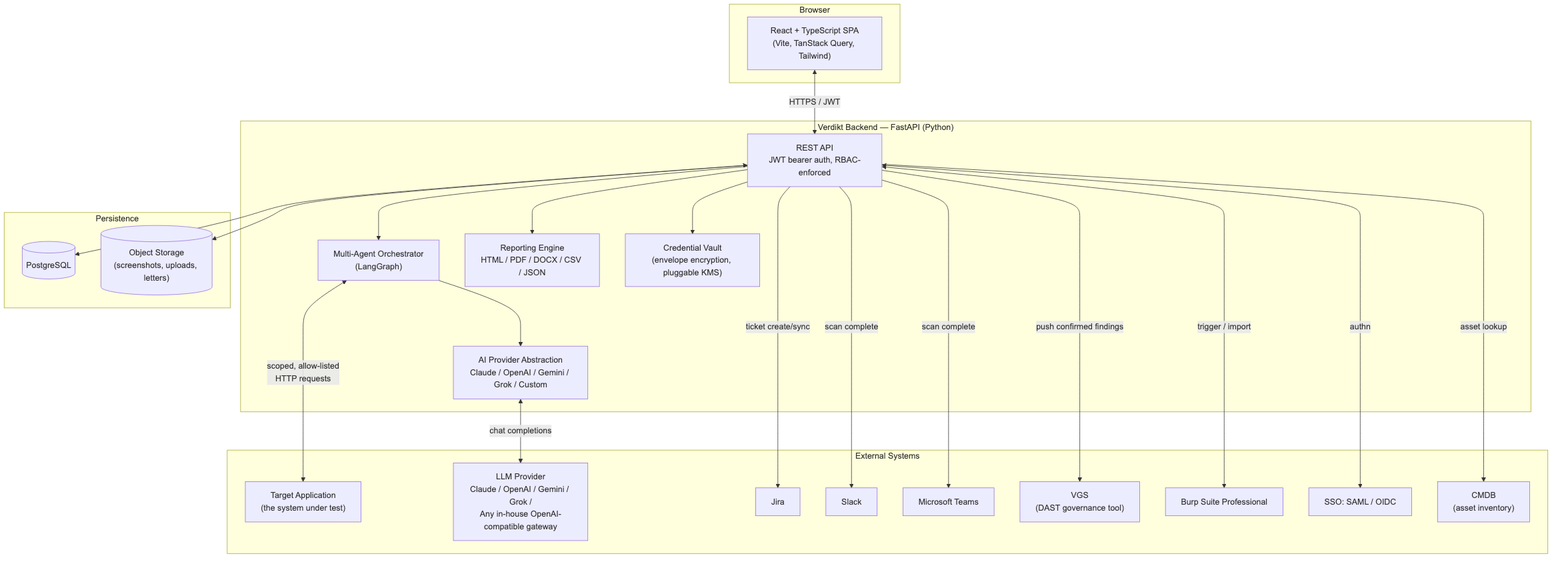
Above: docs/architecture-overview/diagrams/01_system_architecture.png in mudigondabhanu85/verdikt (Mermaid), before the change. Its source is kept beside it as docs/architecture-overview/diagrams/01_system_architecture.mmd.
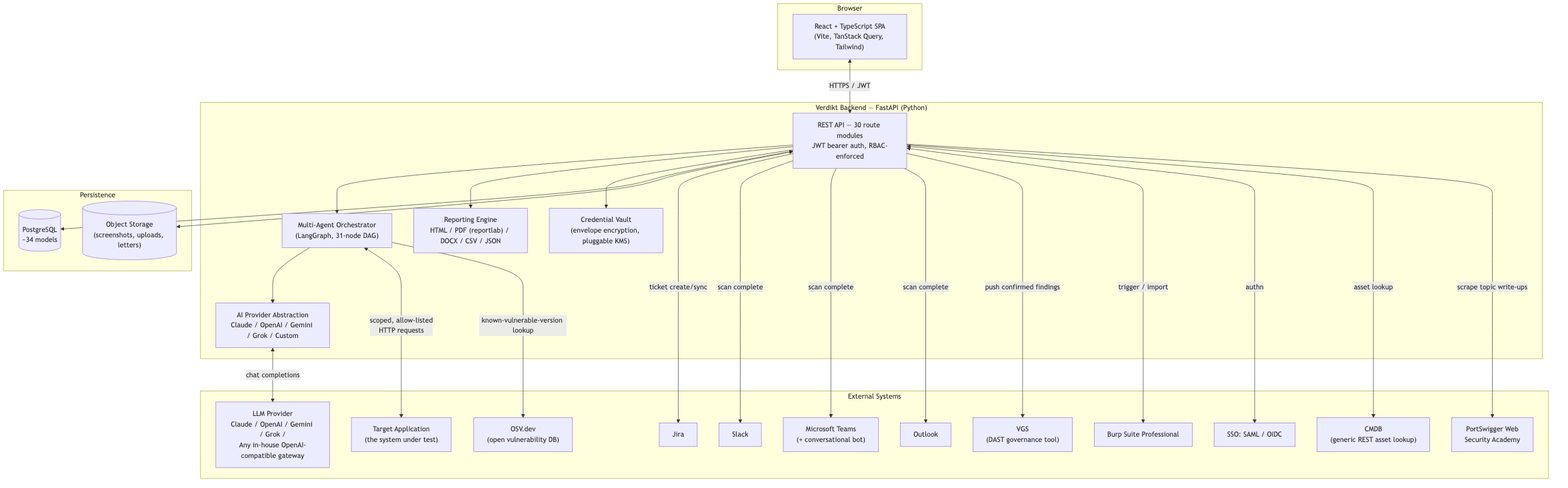
After the change.

What changed in the source:
```diff
@@ -4,15 +4,15 @@
     end
 
     subgraph Backend["Verdikt Backend — FastAPI (Python)"]
-        API["REST API<br/>JWT bearer auth, RBAC-enforced"]
-        ORCH["Multi-Agent Orchestrator<br/>(LangGraph)"]
+        API["REST API — 30 route modules<br/>JWT bearer auth, RBAC-enforced"]
+        ORCH["Multi-Agent Orchestrator<br/>(LangGraph, 31-node DAG)"]
         AIABS["AI Provider Abstraction<br/>Claude / OpenAI / Gemini / Grok / Custom"]
-        RPT["Reporting Engine<br/>HTML / PDF / DOCX / CSV / JSON"]
+        RPT["Reporting Engine<br/>HTML / PDF (reportlab) / DOCX / CSV / JSON"]
         VAULT["Credential Vault<br/>(envelope encryption, pluggable KMS)"]
     end
 
     subgraph Data["Persistence"]
-        PG[("PostgreSQL")]
+        PG[("PostgreSQL<br/>~34 models")]
         OBJ[("Object Storage<br/>(screenshots, uploads, letters)")]
     end
 
@@ -21,11 +21,14 @@
         LLM["LLM Provider<br/>Claude / OpenAI / Gemini / Grok /<br/>Any in-house OpenAI-compatible gateway"]
         JIRA["Jira"]
         SLACK["Slack"]
-        TEAMS["Microsoft Teams"]
+        TEAMS["Microsoft Teams<br/>(+ conversational bot)"]
+        OUTLOOK["Outlook"]
         VGS["VGS<br/>(DAST governance tool)"]
         BURP["Burp Suite Professional"]
         IDP["SSO: SAML / OIDC"]
-        CMDB["CMDB<br/>(asset inventory)"]
+        CMDB["CMDB<br/>(generic REST asset lookup)"]
+        PSWIG["PortSwigger Web<br/>Security Academy"]
+        OSV["OSV.dev<br/>(open vulnerability DB)"]
     end
 
     FE <-->|"HTTPS / JWT"| API
@@ -40,7 +43,10 @@
     API -->|"ticket create/sync"| JIRA
     API -->|"scan complete"| SLACK
     API -->|"scan complete"| TEAMS
+    API -->|"scan complete"| OUTLOOK
     API -->|"push confirmed findings"| VGS
     API <-->|"trigger / import"| BURP
     API <-->|"authn"| IDP
     API -->|"asset lookup"| CMDB
+    API -->|"scrape topic write-ups"| PSWIG
+    ORCH -->|"known-vulnerable-version lookup"| OSV
```
